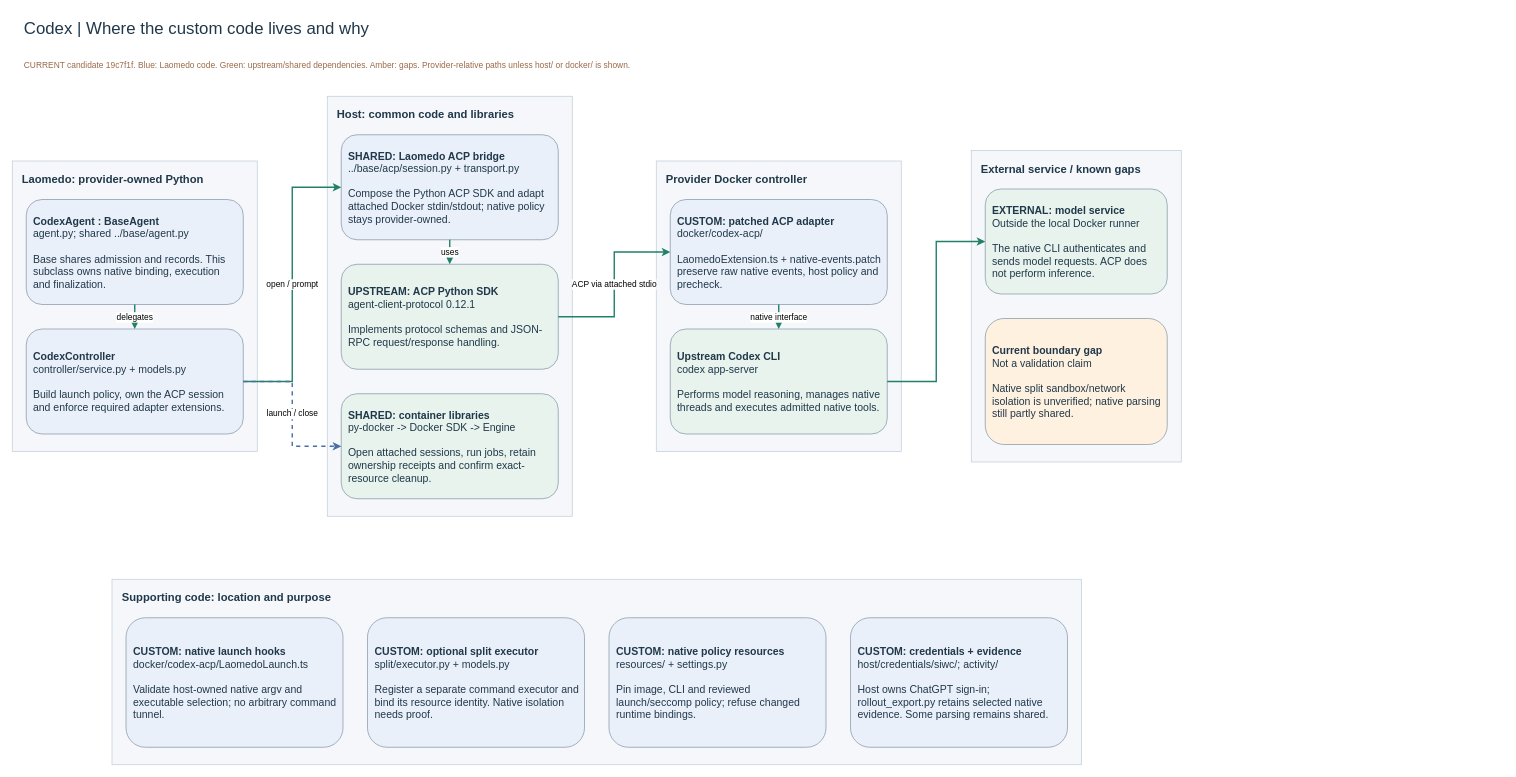
amadou-6e/laomedo keeps this draw.io diagram as page "1. Run and session" (1 of 9) of docs/features/agents/assets/provider-interactions/provider-custom-code.drawio. Above is the earlier version. Source tidied: cells renumbered, new cells numbered last; positions are measured from the earlier drawing's top-left corner, leaving out a move shared by most shapes. Both pictures are drawn from the tidied source at 70%, with x=0, y=0 at pixel (12, 12).
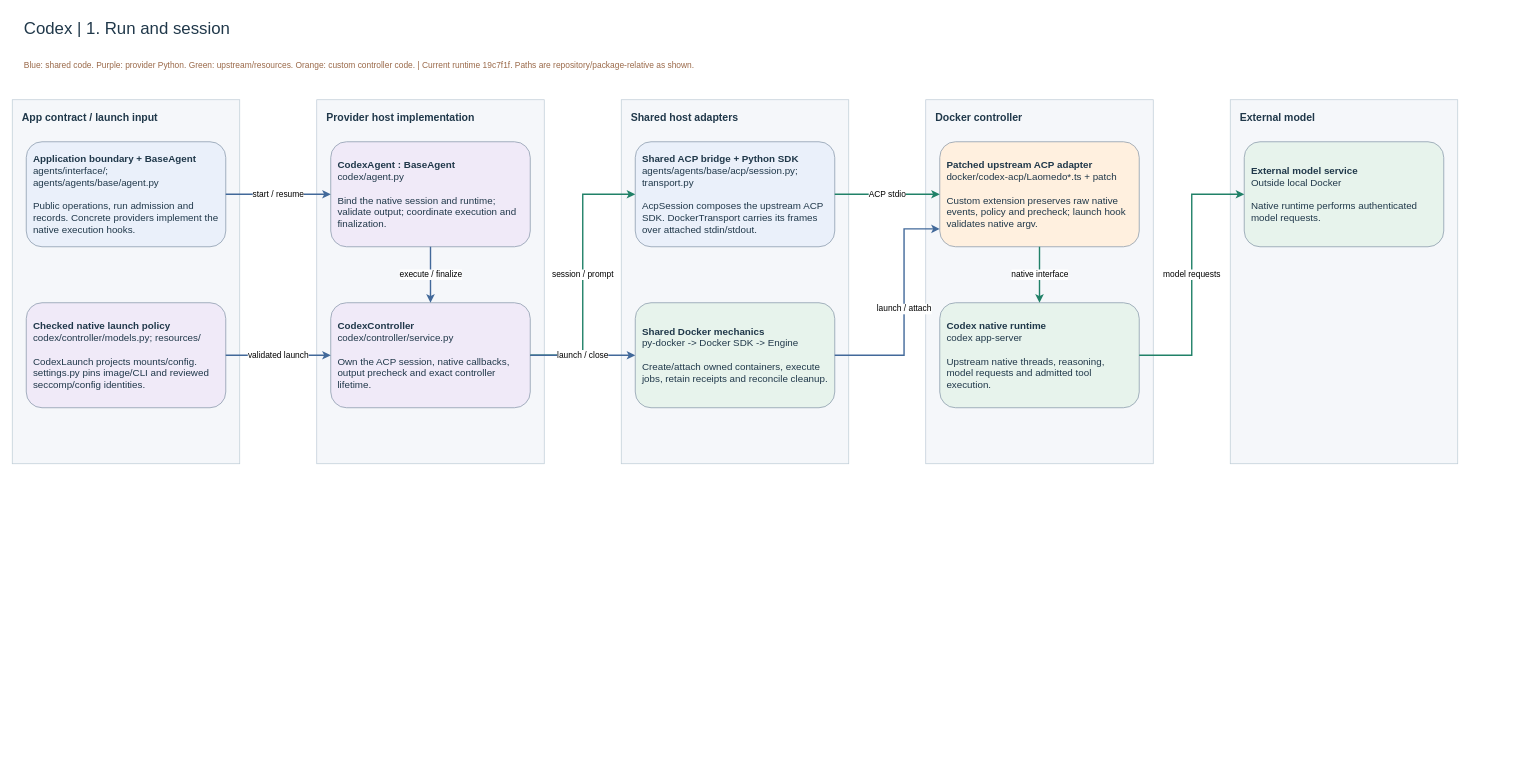
Above is the later version.

Change to the diagram source:
```diff
@@
-    <mxCell id="2" value="Codex | Where the custom code lives and why" style="text;html=1;align=left;verticalAlign=middle;strokeColor=none;fillColor=none;fontSize=24;fontColor=#20384A;" parent="1" vertex="1">
-      <mxGeometry x="15" width="1720" height="45" as="geometry" />
+    <mxCell id="2" value="Codex | 1. Run and session" style="text;html=1;align=left;verticalAlign=middle;strokeColor=none;fillColor=none;fontSize=24;fontColor=#20384A;" parent="1" vertex="1">
+      <mxGeometry x="15" width="2115" height="45" as="geometry" />
     </mxCell>
-    <mxCell id="3" value="CURRENT candidate 19c7f1f. Blue: Laomedo code. Green: upstream/shared dependencies. Amber: gaps. Provider-relative paths unless host/ or docker/ is shown." style="text;html=1;align=left;verticalAlign=middle;strokeColor=none;fillColor=none;fontSize=12;fontColor=#9A6949;" parent="1" vertex="1">
-      <mxGeometry x="15" y="53" width="1720" height="45" as="geometry" />
+    <mxCell id="3" value="Blue: shared code. Purple: provider Python. Green: upstream/resources. Orange: custom controller code. | Current runtime 19c7f1f. Paths are repository/package-relative as shown." style="text;html=1;align=left;verticalAlign=middle;strokeColor=none;fillColor=none;fontSize=12;fontColor=#9A6949;" parent="1" vertex="1">
+      <mxGeometry x="15" y="53" width="2115" height="45" as="geometry" />
     </mxCell>
-    <mxCell id="4" value="Laomedo: provider-owned Python" style="rounded=0;whiteSpace=wrap;html=1;resizeChildren=0;align=left;verticalAlign=top;spacingLeft=12;spacingTop=10;fillColor=#F5F7FA;strokeColor=#BDCBD6;fontColor=#20384A;fontSize=16;fontStyle=1;" parent="1" vertex="1">
-      <mxGeometry y="212.5" width="350" height="415" as="geometry" />
-    </mxCell>
+    <mxCell id="29" value="App contract / launch input" style="rounded=0;whiteSpace=wrap;html=1;resizeChildren=0;align=left;verticalAlign=top;spacingLeft=12;spacingTop=10;fillColor=#F5F7FA;strokeColor=#BDCBD6;fontColor=#20384A;fontSize=15;fontStyle=1;" parent="1" vertex="1">
+      <mxGeometry y="125" width="325" height="520" as="geometry" />
+    </mxCell>
+    <mxCell id="30" value="&lt;b&gt;Application boundary + BaseAgent&lt;/b&gt;&lt;br/&gt;agents/interface/; agents/agents/base/agent.py&lt;br/&gt;&lt;br/&gt;Public operations, run admission and records. Concrete providers implement the native execution hooks." style="shape=rectangle;rounded=1;whiteSpace=wrap;html=1;align=left;verticalAlign=middle;spacing=10;fillColor=#EAF0FA;strokeColor=#8193A5;fontColor=#20384A;fontSize=14;" parent="29" vertex="1">
+      <mxGeometry x="20" y="60" width="285" height="150" as="geometry" />
+    </mxCell>
+    <mxCell id="31" value="&lt;b&gt;Checked native launch policy&lt;/b&gt;&lt;br/&gt;codex/controller/models.py; resources/&lt;br/&gt;&lt;br/&gt;CodexLaunch projects mounts/config. settings.py pins image/CLI and reviewed seccomp/config identities." style="shape=rectangle;rounded=1;whiteSpace=wrap;html=1;align=left;verticalAlign=middle;spacing=10;fillColor=#F0EAF8;strokeColor=#8193A5;fontColor=#20384A;fontSize=14;" parent="29" vertex="1">
+      <mxGeometry x="20" y="290" width="285" height="150" as="geometry" />
+    </mxCell>
+    <mxCell id="32" value="Provider host implementation" style="rounded=0;whiteSpace=wrap;html=1;resizeChildren=0;align=left;verticalAlign=top;spacingLeft=12;spacingTop=10;fillColor=#F5F7FA;strokeColor=#BDCBD6;fontColor=#20384A;fontSize=15;fontStyle=1;" parent="1" vertex="1">
+      <mxGeometry x="435" y="125" width="325" height="520" as="geometry" />
+    </mxCell>
-    <mxCell id="5" value="&lt;b&gt;CodexAgent : BaseAgent&lt;/b&gt;&lt;br/&gt;agent.py; shared ../base/agent.py&lt;br/&gt;&lt;br/&gt;Base shares admission and records. This subclass owns native binding, execution and finalization." style="shape=rectangle;rounded=1;whiteSpace=wrap;html=1;align=left;verticalAlign=middle;spacing=10;fillColor=#EAF0FA;strokeColor=#8193A5;fontColor=#20384A;fontSize=15;" parent="4" vertex="1">
-      <mxGeometry x="20" y="55" width="310" height="150" as="geometry" />
+    <mxCell id="5" value="&lt;b&gt;CodexAgent : BaseAgent&lt;/b&gt;&lt;br/&gt;codex/agent.py&lt;br/&gt;&lt;br/&gt;Bind the native session and runtime; validate output; coordinate execution and finalization." style="shape=rectangle;rounded=1;whiteSpace=wrap;html=1;align=left;verticalAlign=middle;spacing=10;fillColor=#F0EAF8;strokeColor=#8193A5;fontColor=#20384A;fontSize=14;" parent="32" vertex="1">
+      <mxGeometry x="20" y="60" width="285" height="150" as="geometry" />
     </mxCell>
-    <mxCell id="6" value="&lt;b&gt;CodexController&lt;/b&gt;&lt;br/&gt;controller/service.py + models.py&lt;br/&gt;&lt;br/&gt;Build launch policy, own the ACP session and enforce required adapter extensions." style="shape=rectangle;rounded=1;whiteSpace=wrap;html=1;align=left;verticalAlign=middle;spacing=10;fillColor=#EAF0FA;strokeColor=#8193A5;fontColor=#20384A;fontSize=15;" parent="4" vertex="1">
-      <mxGeometry x="20" y="240" width="310" height="150" as="geometry" />
+    <mxCell id="6" value="&lt;b&gt;CodexController&lt;/b&gt;&lt;br/&gt;codex/controller/service.py&lt;br/&gt;&lt;br/&gt;Own the ACP session, native callbacks, output precheck and exact controller lifetime." style="shape=rectangle;rounded=1;whiteSpace=wrap;html=1;align=left;verticalAlign=middle;spacing=10;fillColor=#F0EAF8;strokeColor=#8193A5;fontColor=#20384A;fontSize=14;" parent="32" vertex="1">
+      <mxGeometry x="20" y="290" width="285" height="150" as="geometry" />
     </mxCell>
-    <mxCell id="7" value="Host: common code and libraries" style="rounded=0;whiteSpace=wrap;html=1;resizeChildren=0;align=left;verticalAlign=top;spacingLeft=12;spacingTop=10;fillColor=#F5F7FA;strokeColor=#BDCBD6;fontColor=#20384A;fontSize=16;fontStyle=1;" parent="1" vertex="1">
-      <mxGeometry x="450" y="120" width="350" height="600" as="geometry" />
-    </mxCell>
+    <mxCell id="33" value="Shared host adapters" style="rounded=0;whiteSpace=wrap;html=1;resizeChildren=0;align=left;verticalAlign=top;spacingLeft=12;spacingTop=10;fillColor=#F5F7FA;strokeColor=#BDCBD6;fontColor=#20384A;fontSize=15;fontStyle=1;" parent="1" vertex="1">
+      <mxGeometry x="870" y="125" width="325" height="520" as="geometry" />
+    </mxCell>
-    <mxCell id="8" value="&lt;b&gt;SHARED: Laomedo ACP bridge&lt;/b&gt;&lt;br/&gt;../base/acp/session.py + transport.py&lt;br/&gt;&lt;br/&gt;Compose the Python ACP SDK and adapt attached Docker stdin/stdout; native policy stays provider-owned." style="shape=rectangle;rounded=1;whiteSpace=wrap;html=1;align=left;verticalAlign=middle;spacing=10;fillColor=#EAF0FA;strokeColor=#8193A5;fontColor=#20384A;fontSize=15;" parent="7" vertex="1">
-      <mxGeometry x="20" y="55" width="310" height="150" as="geometry" />
+    <mxCell id="8" value="&lt;b&gt;Shared ACP bridge + Python SDK&lt;/b&gt;&lt;br/&gt;agents/agents/base/acp/session.py; transport.py&lt;br/&gt;&lt;br/&gt;AcpSession composes the upstream ACP SDK. DockerTransport carries its frames over attached stdin/stdout." style="shape=rectangle;rounded=1;whiteSpace=wrap;html=1;align=left;verticalAlign=middle;spacing=10;fillColor=#EAF0FA;strokeColor=#8193A5;fontColor=#20384A;fontSize=14;" parent="33" vertex="1">
+      <mxGeometry x="20" y="60" width="285" height="150" as="geometry" />
     </mxCell>
-    <mxCell id="9" value="&lt;b&gt;UPSTREAM: ACP Python SDK&lt;/b&gt;&lt;br/&gt;agent-client-protocol 0.12.1&lt;br/&gt;&lt;br/&gt;Implements protocol schemas and JSON-RPC request/response handling." style="shape=rectangle;rounded=1;whiteSpace=wrap;html=1;align=left;verticalAlign=middle;spacing=10;fillColor=#E7F3EC;strokeColor=#8193A5;fontColor=#20384A;fontSize=15;" parent="7" vertex="1">
-      <mxGeometry x="20" y="240" width="310" height="150" as="geometry" />
-    </mxCell>
-    <mxCell id="10" value="&lt;b&gt;SHARED: container libraries&lt;/b&gt;&lt;br/&gt;py-docker -&amp;gt; Docker SDK -&amp;gt; Engine&lt;br/&gt;&lt;br/&gt;Open attached sessions, run jobs, retain ownership receipts and confirm exact-resource cleanup." style="shape=rectangle;rounded=1;whiteSpace=wrap;html=1;align=left;verticalAlign=middle;spacing=10;fillColor=#E7F3EC;strokeColor=#8193A5;fontColor=#20384A;fontSize=15;" parent="7" vertex="1">
-      <mxGeometry x="20" y="425" width="310" height="150" as="geometry" />
+    <mxCell id="10" value="&lt;b&gt;Shared Docker mechanics&lt;/b&gt;&lt;br/&gt;py-docker -&amp;gt; Docker SDK -&amp;gt; Engine&lt;br/&gt;&lt;br/&gt;Create/attach owned containers, execute jobs, retain receipts and reconcile cleanup." style="shape=rectangle;rounded=1;whiteSpace=wrap;html=1;align=left;verticalAlign=middle;spacing=10;fillColor=#E7F3EC;strokeColor=#8193A5;fontColor=#20384A;fontSize=14;" parent="33" vertex="1">
+      <mxGeometry x="20" y="290" width="285" height="150" as="geometry" />
     </mxCell>
-    <mxCell id="11" value="Provider Docker controller" style="rounded=0;whiteSpace=wrap;html=1;resizeChildren=0;align=left;verticalAlign=top;spacingLeft=12;spacingTop=10;fillColor=#F5F7FA;strokeColor=#BDCBD6;fontColor=#20384A;fontSize=16;fontStyle=1;" parent="1" vertex="1">
-      <mxGeometry x="920" y="212.5" width="350" height="415" as="geometry" />
-    </mxCell>
+    <mxCell id="34" value="Docker controller" style="rounded=0;whiteSpace=wrap;html=1;resizeChildren=0;align=left;verticalAlign=top;spacingLeft=12;spacingTop=10;fillColor=#F5F7FA;strokeColor=#BDCBD6;fontColor=#20384A;fontSize=15;fontStyle=1;" parent="1" vertex="1">
+      <mxGeometry x="1305" y="125" width="325" height="520" as="geometry" />
+    </mxCell>
-    <mxCell id="12" value="&lt;b&gt;CUSTOM: patched ACP adapter&lt;/b&gt;&lt;br/&gt;docker/codex-acp/&lt;br/&gt;&lt;br/&gt;LaomedoExtension.ts + native-events.patch preserve raw native events, host policy and precheck." style="shape=rectangle;rounded=1;whiteSpace=wrap;html=1;align=left;verticalAlign=middle;spacing=10;fillColor=#EAF0FA;strokeColor=#8193A5;fontColor=#20384A;fontSize=15;" parent="11" vertex="1">
-      <mxGeometry x="20" y="55" width="310" height="150" as="geometry" />
+    <mxCell id="12" value="&lt;b&gt;Patched upstream ACP adapter&lt;/b&gt;&lt;br/&gt;docker/codex-acp/Laomedo*.ts + patch&lt;br/&gt;&lt;br/&gt;Custom extension preserves raw native events, policy and precheck; launch hook validates native argv." style="shape=rectangle;rounded=1;whiteSpace=wrap;html=1;align=left;verticalAlign=middle;spacing=10;fillColor=#FFF0DF;strokeColor=#8193A5;fontColor=#20384A;fontSize=14;" parent="34" vertex="1">
+      <mxGeometry x="20" y="60" width="285" height="150" as="geometry" />
     </mxCell>
-    <mxCell id="13" value="&lt;b&gt;Upstream Codex CLI&lt;/b&gt;&lt;br/&gt;codex app-server&lt;br/&gt;&lt;br/&gt;Performs model reasoning, manages native threads and executes admitted native tools." style="shape=rectangle;rounded=1;whiteSpace=wrap;html=1;align=left;verticalAlign=middle;spacing=10;fillColor=#E7F3EC;strokeColor=#8193A5;fontColor=#20384A;fontSize=15;" parent="11" vertex="1">
-      <mxGeometry x="20" y="240" width="310" height="150" as="geometry" />
+    <mxCell id="13" value="&lt;b&gt;Codex native runtime&lt;/b&gt;&lt;br/&gt;codex app-server&lt;br/&gt;&lt;br/&gt;Upstream native threads, reasoning, model requests and admitted tool execution." style="shape=rectangle;rounded=1;whiteSpace=wrap;html=1;align=left;verticalAlign=middle;spacing=10;fillColor=#E7F3EC;strokeColor=#8193A5;fontColor=#20384A;fontSize=14;" parent="34" vertex="1">
+      <mxGeometry x="20" y="290" width="285" height="150" as="geometry" />
     </mxCell>
-    <mxCell id="14" value="External service / known gaps" style="rounded=0;whiteSpace=wrap;html=1;resizeChildren=0;align=left;verticalAlign=top;spacingLeft=12;spacingTop=10;fillColor=#F5F7FA;strokeColor=#BDCBD6;fontColor=#20384A;fontSize=16;fontStyle=1;" parent="1" vertex="1">
-      <mxGeometry x="1370" y="197.5" width="300" height="445" as="geometry" />
-    </mxCell>
+    <mxCell id="35" value="External model" style="rounded=0;whiteSpace=wrap;html=1;resizeChildren=0;align=left;verticalAlign=top;spacingLeft=12;spacingTop=10;fillColor=#F5F7FA;strokeColor=#BDCBD6;fontColor=#20384A;fontSize=15;fontStyle=1;" parent="1" vertex="1">
+      <mxGeometry x="1740" y="125" width="325" height="520" as="geometry" />
+    </mxCell>
-    <mxCell id="15" value="&lt;b&gt;EXTERNAL: model service&lt;/b&gt;&lt;br/&gt;Outside the local Docker runner&lt;br/&gt;&lt;br/&gt;The native CLI authenticates and sends model requests. ACP does not perform inference." style="shape=rectangle;rounded=1;whiteSpace=wrap;html=1;align=left;verticalAlign=middle;spacing=10;fillColor=#E7F3EC;strokeColor=#8193A5;fontColor=#20384A;fontSize=15;" parent="14" vertex="1">
-      <mxGeometry x="20" y="55" width="260" height="150" as="geometry" />
+    <mxCell id="15" value="&lt;b&gt;External model service&lt;/b&gt;&lt;br/&gt;Outside local Docker&lt;br/&gt;&lt;br/&gt;Native runtime performs authenticated model requests." style="shape=rectangle;rounded=1;whiteSpace=wrap;html=1;align=left;verticalAlign=middle;spacing=10;fillColor=#E7F3EC;strokeColor=#8193A5;fontColor=#20384A;fontSize=14;" parent="35" vertex="1">
+      <mxGeometry x="20" y="60" width="285" height="150" as="geometry" />
     </mxCell>
-    <mxCell id="16" value="&lt;b&gt;Current boundary gap&lt;/b&gt;&lt;br/&gt;Not a validation claim&lt;br/&gt;&lt;br/&gt;Native split sandbox/network isolation is unverified; native parsing still partly shared." style="shape=rectangle;rounded=1;whiteSpace=wrap;html=1;align=left;verticalAlign=middle;spacing=10;fillColor=#FFF1DF;strokeColor=#8193A5;fontColor=#20384A;fontSize=15;" parent="14" vertex="1">
-      <mxGeometry x="20" y="240" width="260" height="180" as="geometry" />
-    </mxCell>
-    <mxCell id="17" value="Supporting code: location and purpose" style="rounded=0;whiteSpace=wrap;html=1;resizeChildren=0;align=left;verticalAlign=top;spacingLeft=12;spacingTop=10;fillColor=#F5F7FA;strokeColor=#BDCBD6;fontColor=#20384A;fontSize=16;fontStyle=1;" parent="1" vertex="1">
-      <mxGeometry x="142.5" y="810" width="1385" height="265" as="geometry" />
-    </mxCell>
-    <mxCell id="18" value="&lt;b&gt;CUSTOM: native launch hooks&lt;/b&gt;&lt;br/&gt;docker/codex-acp/LaomedoLaunch.ts&lt;br/&gt;&lt;br/&gt;Validate host-owned native argv and executable selection; no arbitrary command tunnel." style="shape=rectangle;rounded=1;whiteSpace=wrap;html=1;align=left;verticalAlign=middle;spacing=10;fillColor=#EAF0FA;strokeColor=#8193A5;fontColor=#20384A;fontSize=15;" parent="17" vertex="1">
-      <mxGeometry x="20" y="55" width="310" height="185" as="geometry" />
-    </mxCell>
-    <mxCell id="19" value="&lt;b&gt;CUSTOM: optional split executor&lt;/b&gt;&lt;br/&gt;split/executor.py + models.py&lt;br/&gt;&lt;br/&gt;Register a separate command executor and bind its resource identity. Native isolation needs proof." style="shape=rectangle;rounded=1;whiteSpace=wrap;html=1;align=left;verticalAlign=middle;spacing=10;fillColor=#EAF0FA;strokeColor=#8193A5;fontColor=#20384A;fontSize=15;" parent="17" vertex="1">
-      <mxGeometry x="365" y="55" width="310" height="185" as="geometry" />
-    </mxCell>
-    <mxCell id="20" value="&lt;b&gt;CUSTOM: native policy resources&lt;/b&gt;&lt;br/&gt;resources/ + settings.py&lt;br/&gt;&lt;br/&gt;Pin image, CLI and reviewed launch/seccomp policy; refuse changed runtime bindings." style="shape=rectangle;rounded=1;whiteSpace=wrap;html=1;align=left;verticalAlign=middle;spacing=10;fillColor=#EAF0FA;strokeColor=#8193A5;fontColor=#20384A;fontSize=15;" parent="17" vertex="1">
-      <mxGeometry x="710" y="55" width="310" height="185" as="geometry" />
-    </mxCell>
-    <mxCell id="21" value="&lt;b&gt;CUSTOM: credentials + evidence&lt;/b&gt;&lt;br/&gt;host/credentials/siwc/; activity/&lt;br/&gt;&lt;br/&gt;Host owns ChatGPT sign-in; rollout_export.py retains selected native evidence. Some parsing remains shared." style="shape=rectangle;rounded=1;whiteSpace=wrap;html=1;align=left;verticalAlign=middle;spacing=10;fillColor=#EAF0FA;strokeColor=#8193A5;fontColor=#20384A;fontSize=15;" parent="17" vertex="1">
-      <mxGeometry x="1055" y="55" width="310" height="185" as="geometry" />
-    </mxCell>
+    <mxCell id="36" value="start / resume" style="edgeStyle=segmentEdgeStyle;rounded=0;jettySize=auto;html=1;exitX=1;exitY=0.5;exitDx=0;exitDy=0;exitPerimeter=0;entryX=0;entryY=0.5;entryDx=0;entryDy=0;entryPerimeter=0;strokeColor=#42699A;strokeWidth=2;endArrow=classic;startArrow=none;dashed=0;fontSize=12;labelBackgroundColor=#FFFFFF;" parent="1" edge="1" source="30" target="5">
+      <mxGeometry relative="1" as="geometry">
+        <Array as="points">
+          <mxPoint x="380" y="260" />
+          <mxPoint x="380" y="260" />
+        </Array>
+      </mxGeometry>
+    </mxCell>
-    <mxCell id="22" value="delegates" style="edgeStyle=orthogonalEdgeStyle;rounded=0;jettySize=auto;html=1;exitX=0.5;exitY=1;exitDx=0;exitDy=0;exitPerimeter=0;entryX=0.5;entryY=0;entryDx=0;entryDy=0;entryPerimeter=0;strokeColor=#218168;strokeWidth=2;endArrow=classic;startArrow=none;dashed=0;fontSize=12;labelBackgroundColor=#FFFFFF;" parent="1" edge="1" source="5" target="6">
+    <mxCell id="22" value="execute / finalize" style="edgeStyle=orthogonalEdgeStyle;rounded=0;jettySize=auto;html=1;exitX=0.5;exitY=1;exitDx=0;exitDy=0;exitPerimeter=0;entryX=0.5;entryY=0;entryDx=0;entryDy=0;entryPerimeter=0;strokeColor=#42699A;strokeWidth=2;endArrow=classic;startArrow=none;dashed=0;fontSize=12;labelBackgroundColor=#FFFFFF;" parent="1" edge="1" source="5" target="6">
       <mxGeometry relative="1" as="geometry" />
     </mxCell>
-    <mxCell id="23" value="open / prompt" style="edgeStyle=orthogonalEdgeStyle;rounded=0;jettySize=auto;html=1;exitX=1;exitY=0.5;exitDx=0;exitDy=0;exitPerimeter=0;entryX=0;entryY=0.5;entryDx=0;entryDy=0;entryPerimeter=0;strokeColor=#218168;strokeWidth=2;endArrow=classic;startArrow=none;dashed=0;fontSize=12;labelBackgroundColor=#FFFFFF;" parent="1" edge="1" source="6" target="8">
-      <mxGeometry relative="1" as="geometry" />
+    <mxCell id="23" value="session / prompt" style="edgeStyle=segmentEdgeStyle;rounded=0;jettySize=auto;html=1;exitX=1;exitY=0.5;exitDx=0;exitDy=0;exitPerimeter=0;entryX=0;entryY=0.5;entryDx=0;entryDy=0;entryPerimeter=0;strokeColor=#218168;strokeWidth=2;endArrow=classic;startArrow=none;dashed=0;fontSize=12;labelBackgroundColor=#FFFFFF;" parent="1" edge="1" source="6" target="8">
+      <mxGeometry relative="1" as="geometry">
+        <Array as="points">
+          <mxPoint x="815" y="490" />
+          <mxPoint x="815" y="260" />
+        </Array>
+      </mxGeometry>
     </mxCell>
-    <mxCell id="24" value="uses" style="edgeStyle=orthogonalEdgeStyle;rounded=0;jettySize=auto;html=1;exitX=0.5;exitY=1;exitDx=0;exitDy=0;exitPerimeter=0;entryX=0.5;entryY=0;entryDx=0;entryDy=0;entryPerimeter=0;strokeColor=#218168;strokeWidth=2;endArrow=classic;startArrow=none;dashed=0;fontSize=12;labelBackgroundColor=#FFFFFF;" parent="1" edge="1" source="8" target="9">
-      <mxGeometry relative="1" as="geometry" />
-    </mxCell>
-    <mxCell id="25" value="ACP via attached stdio" style="edgeStyle=orthogonalEdgeStyle;rounded=0;jettySize=auto;html=1;exitX=1;exitY=0.5;exitDx=0;exitDy=0;exitPerimeter=0;entryX=0;entryY=0.5;entryDx=0;entryDy=0;entryPerimeter=0;strokeColor=#218168;strokeWidth=2;endArrow=classic;startArrow=none;dashed=0;fontSize=12;labelBackgroundColor=#FFFFFF;" parent="1" edge="1" source="9" target="12">
-      <mxGeometry relative="1" as="geometry" />
-    </mxCell>
+    <mxCell id="28" value="launch / close" style="edgeStyle=segmentEdgeStyle;rounded=0;jettySize=auto;html=1;exitX=1;exitY=0.5;exitDx=0;exitDy=0;exitPerimeter=0;entryX=0;entryY=0.5;entryDx=0;entryDy=0;entryPerimeter=0;strokeColor=#42699A;strokeWidth=2;endArrow=classic;startArrow=none;dashed=0;fontSize=12;labelBackgroundColor=#FFFFFF;" parent="1" edge="1" source="6" target="10">
+      <mxGeometry relative="1" as="geometry">
+        <Array as="points">
+          <mxPoint x="815" y="490" />
+          <mxPoint x="815" y="490" />
+        </Array>
+      </mxGeometry>
+    </mxCell>
+    <mxCell id="37" value="ACP stdio" style="edgeStyle=segmentEdgeStyle;rounded=0;jettySize=auto;html=1;exitX=1;exitY=0.5;exitDx=0;exitDy=0;exitPerimeter=0;entryX=0;entryY=0.5;entryDx=0;entryDy=0;entryPerimeter=0;strokeColor=#218168;strokeWidth=2;endArrow=classic;startArrow=none;dashed=0;fontSize=12;labelBackgroundColor=#FFFFFF;" parent="1" edge="1" source="8" target="12">
+      <mxGeometry relative="1" as="geometry">
+        <Array as="points">
+          <mxPoint x="1250" y="260" />
+          <mxPoint x="1250" y="260" />
+        </Array>
+      </mxGeometry>
+    </mxCell>
+    <mxCell id="38" value="launch / attach" style="edgeStyle=segmentEdgeStyle;rounded=0;jettySize=auto;html=1;exitX=1;exitY=0.5;exitDx=0;exitDy=0;exitPerimeter=0;entryX=0;entryY=0.83;entryDx=0;entryDy=0;entryPerimeter=0;strokeColor=#42699A;strokeWidth=2;endArrow=classic;startArrow=none;dashed=0;fontSize=12;labelBackgroundColor=#FFFFFF;" parent="1" edge="1" source="10" target="12">
+      <mxGeometry relative="1" as="geometry">
+        <Array as="points">
+          <mxPoint x="1274" y="490" />
+          <mxPoint x="1274" y="309.5" />
+        </Array>
+      </mxGeometry>
+    </mxCell>
@@
-    <mxCell id="27" style="edgeStyle=orthogonalEdgeStyle;rounded=0;jettySize=auto;html=1;exitX=1;exitY=0.5;exitDx=0;exitDy=0;exitPerimeter=0;entryX=0;entryY=0.5;entryDx=0;entryDy=0;entryPerimeter=0;strokeColor=#218168;strokeWidth=2;endArrow=classic;startArrow=none;dashed=0;fontSize=12;labelBackgroundColor=#FFFFFF;" parent="1" edge="1" source="13" target="15">
-      <mxGeometry relative="1" as="geometry" />
+    <mxCell id="27" value="model requests" style="edgeStyle=segmentEdgeStyle;rounded=0;jettySize=auto;html=1;exitX=1;exitY=0.5;exitDx=0;exitDy=0;exitPerimeter=0;entryX=0;entryY=0.5;entryDx=0;entryDy=0;entryPerimeter=0;strokeColor=#218168;strokeWidth=2;endArrow=classic;startArrow=none;dashed=0;fontSize=12;labelBackgroundColor=#FFFFFF;" parent="1" edge="1" source="13" target="15">
+      <mxGeometry relative="1" as="geometry">
+        <Array as="points">
+          <mxPoint x="1685" y="490" />
+          <mxPoint x="1685" y="260" />
+        </Array>
+      </mxGeometry>
     </mxCell>
-    <mxCell id="28" value="launch / close" style="edgeStyle=orthogonalEdgeStyle;rounded=0;jettySize=auto;html=1;exitX=1;exitY=0.5;exitDx=0;exitDy=0;exitPerimeter=0;entryX=0;entryY=0.5;entryDx=0;entryDy=0;entryPerimeter=0;strokeColor=#486FA3;strokeWidth=2;endArrow=classic;startArrow=none;dashed=1;fontSize=12;labelBackgroundColor=#FFFFFF;" parent="1" edge="1" source="6" target="10">
-      <mxGeometry relative="1" as="geometry" />
-    </mxCell>
+    <mxCell id="39" value="validated launch" style="edgeStyle=segmentEdgeStyle;rounded=0;jettySize=auto;html=1;exitX=1;exitY=0.5;exitDx=0;exitDy=0;exitPerimeter=0;entryX=0;entryY=0.5;entryDx=0;entryDy=0;entryPerimeter=0;strokeColor=#42699A;strokeWidth=2;endArrow=classic;startArrow=none;dashed=0;fontSize=12;labelBackgroundColor=#FFFFFF;" parent="1" edge="1" source="31" target="6">
+      <mxGeometry relative="1" as="geometry">
+        <Array as="points">
+          <mxPoint x="380" y="490" />
+          <mxPoint x="380" y="490" />
+        </Array>
+      </mxGeometry>
+    </mxCell>
```
